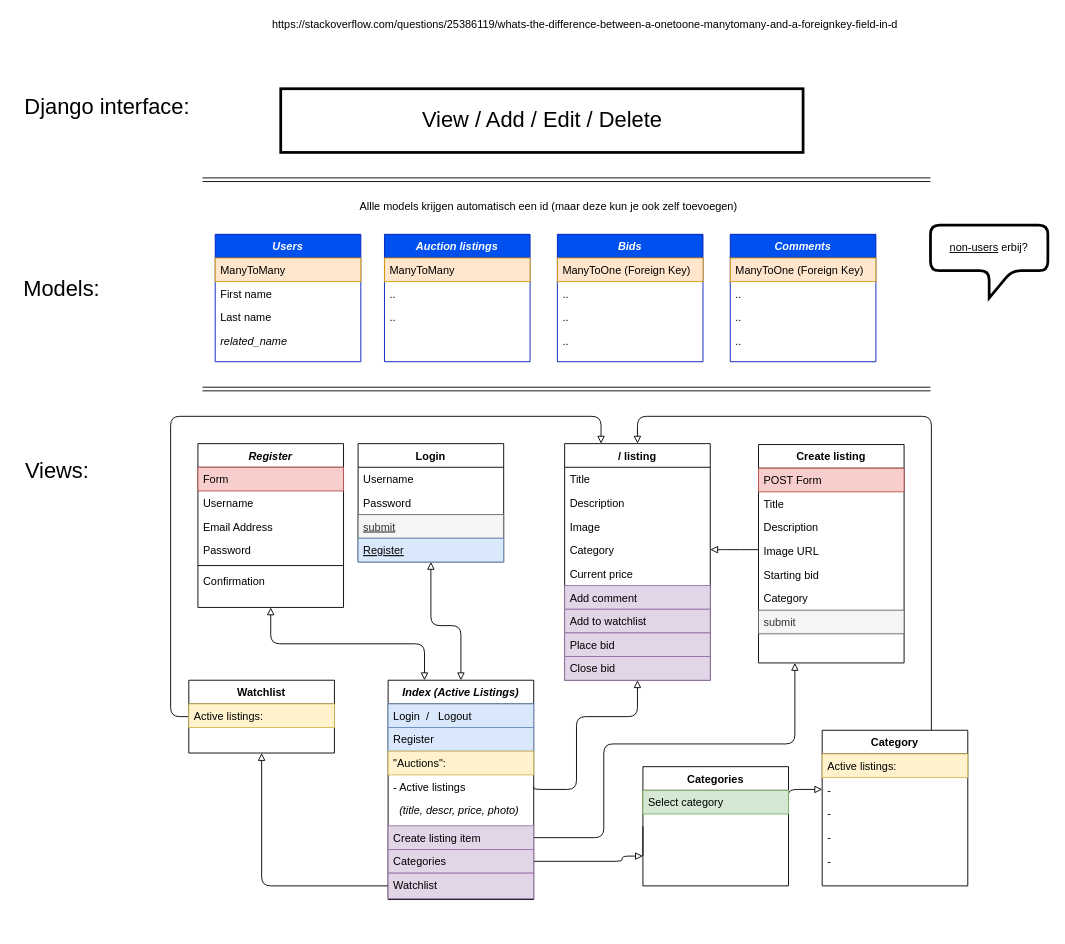
Above: page "Views" (1 of 2) of Untitled Diagram.drawio in Lisannevdboomen/Commerce (draw.io), before the change. Source tidied: cells renumbered, new cells numbered last; positions are measured from the earlier drawing's top-left corner, leaving out a move shared by most shapes. Both pictures are drawn from the tidied source at 91%, with x=0, y=0 at pixel (15, 15).
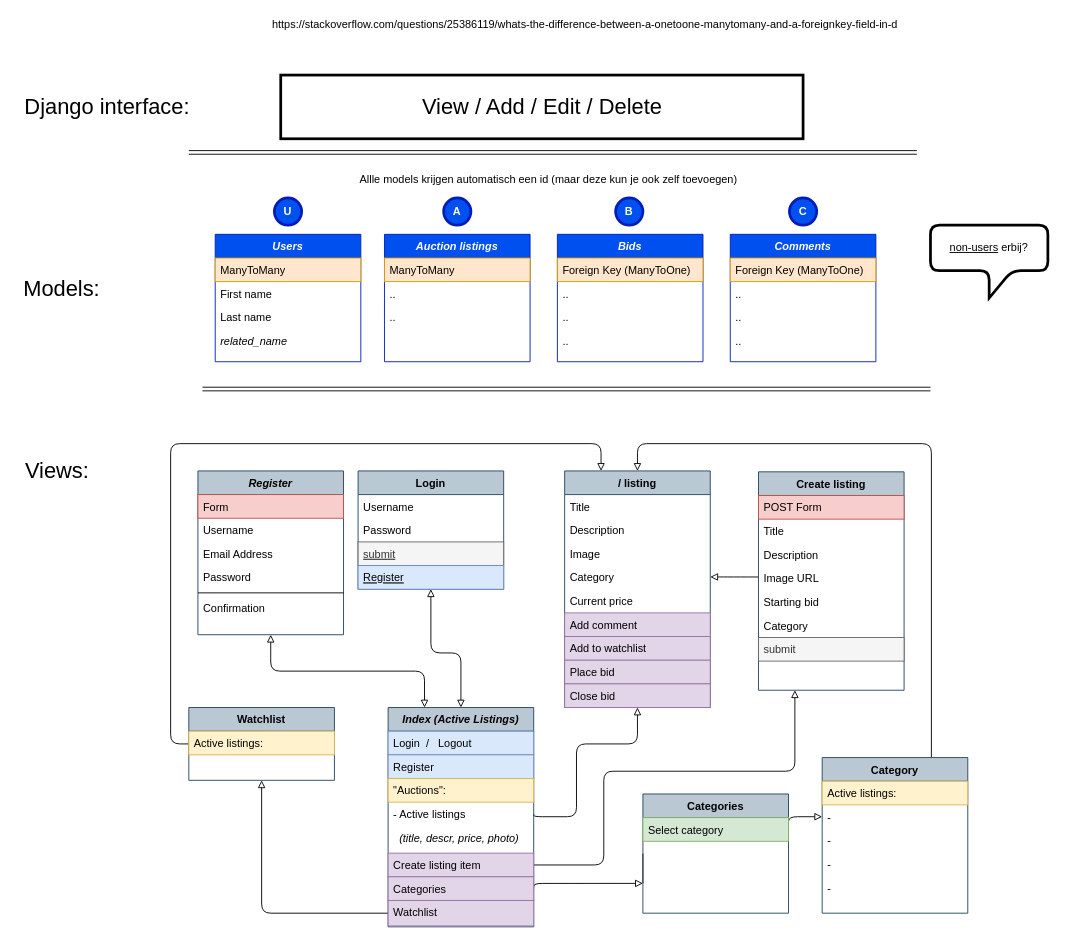
The same page after the edit.

The change refers to these unchanged cells:
```xml
<mxCell id="17" value="Comments" style="swimlane;fontStyle=3;align=center;verticalAlign=top;horizontal=1;startSize=26;rounded=0;shadow=0;strokeWidth=1;fillColor=#0050ef;strokeColor=#001DBC;fontColor=#ffffff;" parent="1" vertex="1">
  <mxGeometry x="785" y="240" width="160" height="140" as="geometry" />
</mxCell>
<mxCell id="22" value="Bids" style="swimlane;fontStyle=3;align=center;verticalAlign=top;horizontal=1;startSize=26;rounded=0;shadow=0;strokeWidth=1;fillColor=#0050ef;strokeColor=#001DBC;fontColor=#ffffff;" parent="1" vertex="1">
  <mxGeometry x="595" y="240" width="160" height="140" as="geometry" />
</mxCell>
<mxCell id="50" value="Category" style="text;align=left;verticalAlign=top;spacingLeft=4;spacingRight=4;overflow=hidden;points=[[0,0.5],[1,0.5]];portConstraint=eastwest;rounded=0;shadow=0;html=0;" parent="46" vertex="1">
  <mxGeometry y="104" width="160" height="26" as="geometry" />
</mxCell>
<mxCell id="60" value="Image URL" style="text;align=left;verticalAlign=top;spacingLeft=4;spacingRight=4;overflow=hidden;points=[[0,0.5],[1,0.5]];portConstraint=eastwest;rounded=0;shadow=0;html=0;" parent="56" vertex="1">
  <mxGeometry y="104" width="160" height="26" as="geometry" />
</mxCell>
<mxCell id="66" value="-" style="text;align=left;verticalAlign=top;spacingLeft=4;spacingRight=4;overflow=hidden;points=[[0,0.5],[1,0.5]];portConstraint=eastwest;" parent="64" vertex="1">
  <mxGeometry y="52" width="160" height="26" as="geometry" />
</mxCell>
<mxCell id="74" value="- Active listings" style="text;align=left;verticalAlign=top;spacingLeft=4;spacingRight=4;overflow=hidden;points=[[0,0.5],[1,0.5]];portConstraint=eastwest;rounded=0;shadow=0;html=0;" parent="70" vertex="1">
  <mxGeometry y="104" width="160" height="26" as="geometry" />
</mxCell>
<mxCell id="76" value="Create listing item" style="text;align=left;verticalAlign=top;spacingLeft=4;spacingRight=4;overflow=hidden;points=[[0,0.5],[1,0.5]];portConstraint=eastwest;fillColor=#e1d5e7;strokeColor=#9673a6;" parent="70" vertex="1">
  <mxGeometry y="160" width="160" height="26" as="geometry" />
</mxCell>
<mxCell id="77" value="Categories" style="text;align=left;verticalAlign=top;spacingLeft=4;spacingRight=4;overflow=hidden;points=[[0,0.5],[1,0.5]];portConstraint=eastwest;fillColor=#e1d5e7;strokeColor=#9673a6;" parent="70" vertex="1">
  <mxGeometry y="186" width="160" height="26" as="geometry" />
</mxCell>
<mxCell id="78" value="Watchlist" style="text;align=left;verticalAlign=top;spacingLeft=4;spacingRight=4;overflow=hidden;points=[[0,0.5],[1,0.5]];portConstraint=eastwest;fillColor=#e1d5e7;strokeColor=#9673a6;" parent="70" vertex="1">
  <mxGeometry y="212" width="160" height="28" as="geometry" />
</mxCell>
```

What changed in the source:
```diff
@@
     <mxCell id="2" style="edgeStyle=orthogonalEdgeStyle;curved=0;rounded=1;sketch=0;jettySize=auto;html=1;exitX=0.5;exitY=0;exitDx=0;exitDy=0;startArrow=block;startFill=0;endArrow=block;endFill=0;entryX=0.5;entryY=1;entryDx=0;entryDy=0;" parent="1" edge="1" source="70" target="41">
       <mxGeometry relative="1" as="geometry">
         <Array as="points">
-          <mxPoint x="489" y="670" />
-          <mxPoint x="456" y="670" />
+          <mxPoint x="489" y="700" />
+          <mxPoint x="456" y="700" />
         </Array>
       </mxGeometry>
     </mxCell>
     <mxCell id="3" style="edgeStyle=orthogonalEdgeStyle;curved=0;rounded=1;sketch=0;jettySize=auto;html=1;exitX=0.25;exitY=0;exitDx=0;exitDy=0;startArrow=block;startFill=0;endArrow=block;endFill=0;entryX=0.5;entryY=1;entryDx=0;entryDy=0;" parent="1" edge="1" source="70" target="82">
       <mxGeometry relative="1" as="geometry">
         <Array as="points">
-          <mxPoint x="449" y="690" />
-          <mxPoint x="280" y="690" />
+          <mxPoint x="449" y="720" />
+          <mxPoint x="280" y="720" />
         </Array>
       </mxGeometry>
     </mxCell>
     <mxCell id="4" style="edgeStyle=orthogonalEdgeStyle;curved=0;rounded=1;sketch=0;jettySize=auto;html=1;entryX=0;entryY=0.5;entryDx=0;entryDy=0;startArrow=block;startFill=0;endArrow=none;endFill=0;exitX=0.5;exitY=1;exitDx=0;exitDy=0;" parent="1" edge="1" source="80" target="78">
       <mxGeometry relative="1" as="geometry">
         <Array as="points">
-          <mxPoint x="270" y="956" />
+          <mxPoint x="270" y="986" />
         </Array>
       </mxGeometry>
     </mxCell>
     <mxCell id="5" style="edgeStyle=orthogonalEdgeStyle;curved=0;rounded=1;sketch=0;jettySize=auto;html=1;entryX=1;entryY=0.5;entryDx=0;entryDy=0;startArrow=block;startFill=0;endArrow=none;endFill=0;exitX=0.25;exitY=1;exitDx=0;exitDy=0;" parent="1" edge="1" source="56" target="76">
       <mxGeometry relative="1" as="geometry">
         <Array as="points">
-          <mxPoint x="856" y="800" />
-          <mxPoint x="646" y="800" />
-          <mxPoint x="646" y="903" />
+          <mxPoint x="856" y="830" />
+          <mxPoint x="646" y="830" />
+          <mxPoint x="646" y="933" />
         </Array>
       </mxGeometry>
     </mxCell>
     <mxCell id="6" style="edgeStyle=orthogonalEdgeStyle;curved=0;rounded=1;sketch=0;jettySize=auto;html=1;startArrow=none;startFill=0;endArrow=block;endFill=0;entryX=0;entryY=0.5;entryDx=0;entryDy=0;" parent="1" edge="1" target="66">
       <mxGeometry relative="1" as="geometry">
-        <mxPoint x="849" y="860" as="sourcePoint" />
+        <mxPoint x="849" y="890" as="sourcePoint" />
         <Array as="points">
-          <mxPoint x="849" y="850" />
+          <mxPoint x="849" y="880" />
         </Array>
       </mxGeometry>
     </mxCell>
     <mxCell id="7" style="edgeStyle=orthogonalEdgeStyle;curved=0;rounded=1;sketch=0;jettySize=auto;html=1;exitX=0;exitY=0.75;exitDx=0;exitDy=0;startArrow=block;startFill=0;endArrow=none;endFill=0;entryX=1;entryY=0.5;entryDx=0;entryDy=0;" parent="1" edge="1" source="89" target="77">
       <mxGeometry relative="1" as="geometry">
         <Array as="points">
-          <mxPoint x="666" y="923" />
-          <mxPoint x="666" y="929" />
+          <mxPoint x="569" y="953" />
         </Array>
       </mxGeometry>
     </mxCell>
@@
     <mxCell id="9" style="shape=link;html=1;startArrow=none;startFill=0;endArrow=none;endFill=0;" parent="1" edge="1">
       <mxGeometry relative="1" as="geometry">
-        <mxPoint x="205" y="180" as="sourcePoint" />
-        <mxPoint x="1005" y="180" as="targetPoint" />
+        <mxPoint x="190" y="150" as="sourcePoint" />
+        <mxPoint x="990" y="150" as="targetPoint" />
       </mxGeometry>
     </mxCell>
     <mxCell id="10" style="rounded=0;whiteSpace=wrap;html=1;shadow=0;sketch=0;strokeWidth=3;" parent="1" vertex="1">
-      <mxGeometry x="291" y="80" width="574" height="70" as="geometry" />
+      <mxGeometry x="291" y="65" width="574" height="70" as="geometry" />
     </mxCell>
@@
     <mxCell id="14" value="&lt;font style=&quot;font-size: 24px&quot;&gt;View / Add / Edit / Delete&lt;/font&gt;" style="text;html=1;align=center;verticalAlign=middle;fillColor=none;strokeColor=none;rounded=0;shadow=0;sketch=0;" parent="1" vertex="1">
-      <mxGeometry x="438" y="105" width="280" height="20" as="geometry" />
+      <mxGeometry x="438" y="90" width="280" height="20" as="geometry" />
     </mxCell>
@@
-    <mxCell id="18" value="ManyToOne (Foreign Key)" style="text;align=left;verticalAlign=top;spacingLeft=4;spacingRight=4;overflow=hidden;fillColor=#ffe6cc;strokeColor=#d79b00;" parent="17" vertex="1">
+    <mxCell id="18" value="Foreign Key (ManyToOne)" style="text;align=left;verticalAlign=top;spacingLeft=4;spacingRight=4;overflow=hidden;fillColor=#ffe6cc;strokeColor=#d79b00;" parent="17" vertex="1">
       <mxGeometry y="26" width="160" height="26" as="geometry" />
     </mxCell>
@@
-    <mxCell id="23" value="ManyToOne (Foreign Key)" style="text;align=left;verticalAlign=top;spacingLeft=4;spacingRight=4;overflow=hidden;fillColor=#ffe6cc;strokeColor=#d79b00;" parent="22" vertex="1">
+    <mxCell id="23" value="Foreign Key (ManyToOne)" style="text;align=left;verticalAlign=top;spacingLeft=4;spacingRight=4;overflow=hidden;fillColor=#ffe6cc;strokeColor=#d79b00;" parent="22" vertex="1">
       <mxGeometry y="26" width="160" height="26" as="geometry" />
     </mxCell>
@@
     <mxCell id="36" value="Allle models krijgen automatisch een id (maar deze kun je ook zelf toevoegen)" style="text;html=1;align=center;verticalAlign=middle;fillColor=none;strokeColor=none;rounded=0;shadow=0;sketch=0;" parent="1" vertex="1">
-      <mxGeometry x="370" y="200" width="430" height="20" as="geometry" />
+      <mxGeometry x="370" y="170" width="430" height="20" as="geometry" />
     </mxCell>
     <mxCell id="37" style="edgeStyle=orthogonalEdgeStyle;curved=0;rounded=1;sketch=0;jettySize=auto;html=1;exitX=0.5;exitY=1;exitDx=0;exitDy=0;entryX=1;entryY=0.5;entryDx=0;entryDy=0;startArrow=block;startFill=0;endArrow=none;endFill=0;" parent="1" edge="1" source="46" target="74">
       <mxGeometry relative="1" as="geometry">
         <Array as="points">
-          <mxPoint x="683" y="770" />
-          <mxPoint x="616" y="770" />
-          <mxPoint x="616" y="850" />
-          <mxPoint x="569" y="850" />
+          <mxPoint x="683" y="800" />
+          <mxPoint x="616" y="800" />
+          <mxPoint x="616" y="880" />
+          <mxPoint x="569" y="880" />
         </Array>
       </mxGeometry>
     </mxCell>
@@
     <mxCell id="39" style="edgeStyle=orthogonalEdgeStyle;curved=1;sketch=0;jettySize=auto;html=1;exitX=1;exitY=0.5;exitDx=0;exitDy=0;startArrow=block;startFill=0;endArrow=none;endFill=0;entryX=-0.001;entryY=0.444;entryDx=0;entryDy=0;entryPerimeter=0;" parent="1" edge="1" source="50" target="60">
       <mxGeometry relative="1" as="geometry">
         <Array as="points">
-          <mxPoint x="816" y="587" />
+          <mxPoint x="816" y="617" />
         </Array>
       </mxGeometry>
     </mxCell>
     <mxCell id="40" style="edgeStyle=orthogonalEdgeStyle;sketch=0;jettySize=auto;html=1;exitX=0.75;exitY=0;exitDx=0;exitDy=0;entryX=0.5;entryY=0;entryDx=0;entryDy=0;startArrow=none;startFill=0;endArrow=block;endFill=0;rounded=1;" parent="1" edge="1" source="64" target="46">
       <mxGeometry relative="1" as="geometry">
         <Array as="points">
-          <mxPoint x="1006" y="440" />
-          <mxPoint x="683" y="440" />
+          <mxPoint x="1006" y="470" />
+          <mxPoint x="683" y="470" />
         </Array>
       </mxGeometry>
     </mxCell>
+    <mxCell id="79" style="edgeStyle=orthogonalEdgeStyle;rounded=1;sketch=0;jettySize=auto;html=1;exitX=0;exitY=0.5;exitDx=0;exitDy=0;entryX=0.25;entryY=0;entryDx=0;entryDy=0;startArrow=none;startFill=0;endArrow=block;endFill=0;" parent="1" edge="1" source="80" target="46">
+      <mxGeometry relative="1" as="geometry">
+        <Array as="points">
+          <mxPoint x="170" y="800" />
+          <mxPoint x="170" y="470" />
+          <mxPoint x="643" y="470" />
+        </Array>
+      </mxGeometry>
+    </mxCell>
+    <mxCell id="91" value="&lt;b&gt;U&lt;/b&gt;" style="ellipse;whiteSpace=wrap;html=1;rounded=1;shadow=0;sketch=0;strokeWidth=3;align=center;fillColor=#0050ef;strokeColor=#001DBC;fontColor=#ffffff;" parent="1" vertex="1">
+      <mxGeometry x="284" y="200" width="30" height="30" as="geometry" />
+    </mxCell>
+    <mxCell id="92" value="&lt;b&gt;A&lt;/b&gt;" style="ellipse;whiteSpace=wrap;html=1;rounded=1;shadow=0;sketch=0;strokeWidth=3;align=center;fillColor=#0050ef;strokeColor=#001DBC;fontColor=#ffffff;" parent="1" vertex="1">
+      <mxGeometry x="470" y="200" width="30" height="30" as="geometry" />
+    </mxCell>
+    <mxCell id="93" value="&lt;b&gt;B&lt;/b&gt;" style="ellipse;whiteSpace=wrap;html=1;rounded=1;shadow=0;sketch=0;strokeWidth=3;align=center;fillColor=#0050ef;strokeColor=#001DBC;fontColor=#ffffff;" parent="1" vertex="1">
+      <mxGeometry x="659" y="200" width="30" height="30" as="geometry" />
+    </mxCell>
+    <mxCell id="94" value="&lt;b&gt;C&lt;/b&gt;" style="ellipse;whiteSpace=wrap;html=1;rounded=1;shadow=0;sketch=0;strokeWidth=3;align=center;fillColor=#0050ef;strokeColor=#001DBC;fontColor=#ffffff;" parent="1" vertex="1">
+      <mxGeometry x="850" y="200" width="30" height="30" as="geometry" />
+    </mxCell>
-    <mxCell id="41" value="Login" style="swimlane;fontStyle=1;align=center;verticalAlign=top;horizontal=1;startSize=26;rounded=0;shadow=0;strokeWidth=1;" parent="1" vertex="1">
-      <mxGeometry x="376" y="470" width="160" height="130" as="geometry" />
+    <mxCell id="41" value="Login" style="swimlane;fontStyle=1;align=center;verticalAlign=top;horizontal=1;startSize=26;rounded=0;shadow=0;strokeWidth=1;fillColor=#bac8d3;strokeColor=#23445d;" parent="1" vertex="1">
+      <mxGeometry x="376" y="500" width="160" height="130" as="geometry" />
     </mxCell>
@@
-    <mxCell id="46" value="/ listing" style="swimlane;fontStyle=1;align=center;verticalAlign=top;horizontal=1;startSize=26;rounded=0;shadow=0;strokeWidth=1;" parent="1" vertex="1">
-      <mxGeometry x="603" y="470" width="160" height="260" as="geometry" />
+    <mxCell id="46" value="/ listing" style="swimlane;fontStyle=1;align=center;verticalAlign=top;horizontal=1;startSize=26;rounded=0;shadow=0;strokeWidth=1;fillColor=#bac8d3;strokeColor=#23445d;" parent="1" vertex="1">
+      <mxGeometry x="603" y="500" width="160" height="260" as="geometry" />
     </mxCell>
@@
-    <mxCell id="56" value="Create listing" style="swimlane;fontStyle=1;align=center;verticalAlign=top;horizontal=1;startSize=26;rounded=0;shadow=0;strokeWidth=1;" parent="1" vertex="1">
-      <mxGeometry x="816" y="471" width="160" height="240" as="geometry" />
+    <mxCell id="56" value="Create listing" style="swimlane;fontStyle=1;align=center;verticalAlign=top;horizontal=1;startSize=26;rounded=0;shadow=0;strokeWidth=1;fillColor=#bac8d3;strokeColor=#23445d;" parent="1" vertex="1">
+      <mxGeometry x="816" y="501" width="160" height="240" as="geometry" />
     </mxCell>
@@
-    <mxCell id="64" value="Category" style="swimlane;fontStyle=1;align=center;verticalAlign=top;horizontal=1;startSize=26;rounded=0;shadow=0;strokeWidth=1;" parent="1" vertex="1">
-      <mxGeometry x="886" y="785" width="160" height="171" as="geometry" />
+    <mxCell id="64" value="Category" style="swimlane;fontStyle=1;align=center;verticalAlign=top;horizontal=1;startSize=26;rounded=0;shadow=0;strokeWidth=1;fillColor=#bac8d3;strokeColor=#23445d;" parent="1" vertex="1">
+      <mxGeometry x="886" y="815" width="160" height="171" as="geometry" />
     </mxCell>
@@
-    <mxCell id="70" value="Index (Active Listings)" style="swimlane;fontStyle=3;align=center;verticalAlign=top;horizontal=1;startSize=26;rounded=0;shadow=0;strokeWidth=1;" parent="1" vertex="1">
-      <mxGeometry x="409" y="730" width="160" height="241" as="geometry" />
+    <mxCell id="70" value="Index (Active Listings)" style="swimlane;fontStyle=3;align=center;verticalAlign=top;horizontal=1;startSize=26;rounded=0;shadow=0;strokeWidth=1;fillColor=#bac8d3;strokeColor=#23445d;" parent="1" vertex="1">
+      <mxGeometry x="409" y="760" width="160" height="241" as="geometry" />
     </mxCell>
@@
-    <mxCell id="79" style="edgeStyle=orthogonalEdgeStyle;rounded=1;sketch=0;jettySize=auto;html=1;exitX=0;exitY=0.5;exitDx=0;exitDy=0;entryX=0.25;entryY=0;entryDx=0;entryDy=0;startArrow=none;startFill=0;endArrow=block;endFill=0;" parent="1" edge="1" source="80" target="46">
-      <mxGeometry relative="1" as="geometry">
-        <Array as="points">
-          <mxPoint x="170" y="770" />
-          <mxPoint x="170" y="440" />
-          <mxPoint x="643" y="440" />
-        </Array>
-      </mxGeometry>
-    </mxCell>
-    <mxCell id="80" value="Watchlist" style="swimlane;fontStyle=1;align=center;verticalAlign=top;horizontal=1;startSize=26;rounded=0;shadow=0;strokeWidth=1;" parent="1" vertex="1">
-      <mxGeometry x="190" y="730" width="160" height="80" as="geometry" />
+    <mxCell id="80" value="Watchlist" style="swimlane;fontStyle=1;align=center;verticalAlign=top;horizontal=1;startSize=26;rounded=0;shadow=0;strokeWidth=1;fillColor=#bac8d3;strokeColor=#23445d;" parent="1" vertex="1">
+      <mxGeometry x="190" y="760" width="160" height="80" as="geometry" />
     </mxCell>
@@
-    <mxCell id="82" value="Register" style="swimlane;fontStyle=3;align=center;verticalAlign=top;horizontal=1;startSize=26;rounded=0;shadow=0;strokeWidth=1;" parent="1" vertex="1">
-      <mxGeometry x="200" y="470" width="160" height="180" as="geometry" />
+    <mxCell id="82" value="Register" style="swimlane;fontStyle=3;align=center;verticalAlign=top;horizontal=1;startSize=26;rounded=0;shadow=0;strokeWidth=1;fillColor=#bac8d3;strokeColor=#23445d;" parent="1" vertex="1">
+      <mxGeometry x="200" y="500" width="160" height="180" as="geometry" />
     </mxCell>
@@
-    <mxCell id="89" value="Categories" style="swimlane;fontStyle=1;align=center;verticalAlign=top;horizontal=1;startSize=26;rounded=0;shadow=0;strokeWidth=1;" parent="1" vertex="1">
-      <mxGeometry x="689" y="825" width="160" height="131" as="geometry" />
+    <mxCell id="89" value="Categories" style="swimlane;fontStyle=1;align=center;verticalAlign=top;horizontal=1;startSize=26;rounded=0;shadow=0;strokeWidth=1;fillColor=#bac8d3;strokeColor=#23445d;" parent="1" vertex="1">
+      <mxGeometry x="689" y="855" width="160" height="131" as="geometry" />
     </mxCell>
```
